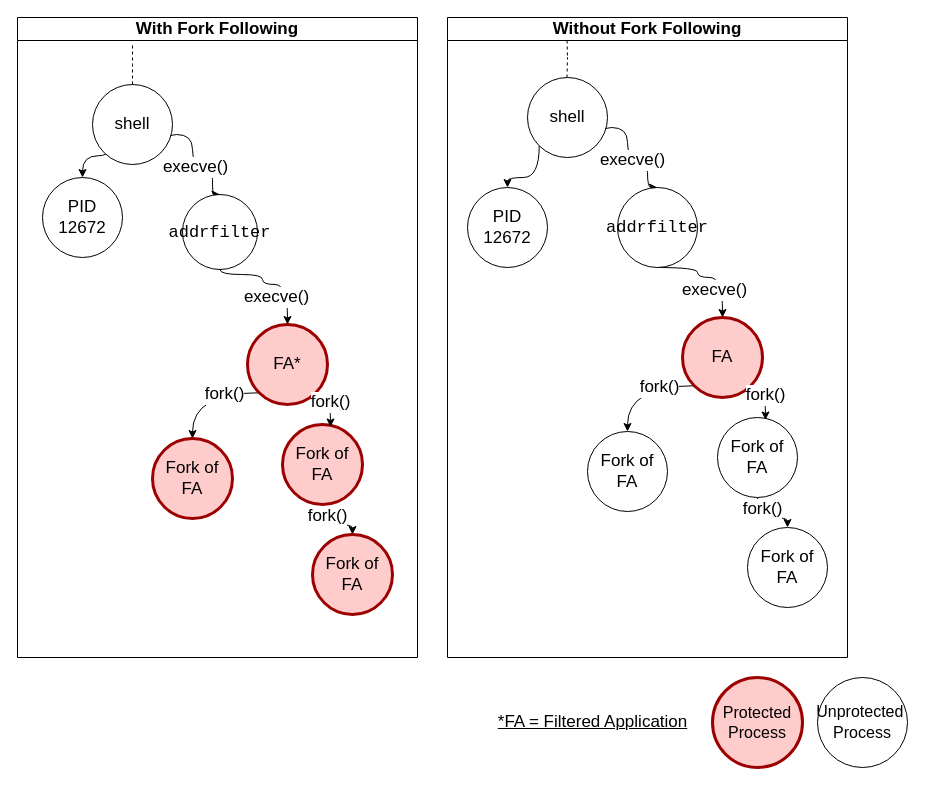
Above: diagrams/fork-following.drawio in tcassar-diss/report (draw.io), before the change. Source tidied: cells renumbered, new cells numbered last; positions are measured from the earlier drawing's top-left corner, leaving out a move shared by most shapes. Both pictures are drawn from the tidied source at 100%, with x=0, y=0 at pixel (17, 17).
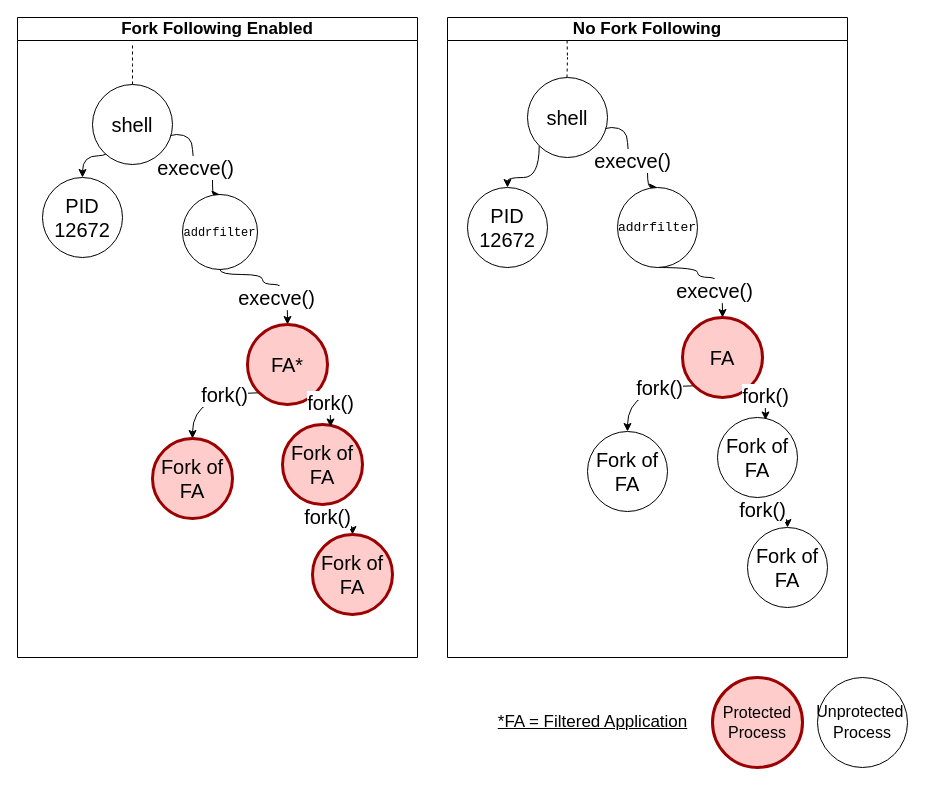
The same page after the edit.

Diff of the diagram source:
```diff
@@
-    <mxCell id="2" value="With Fork Following" style="swimlane;whiteSpace=wrap;html=1;fontSize=17;" parent="1" vertex="1">
+    <mxCell id="2" value="Fork Following Enabled" style="swimlane;whiteSpace=wrap;html=1;fontSize=17;" parent="1" vertex="1">
       <mxGeometry width="400" height="640" as="geometry" />
     </mxCell>
-    <mxCell id="3" style="edgeStyle=orthogonalEdgeStyle;rounded=0;jettySize=auto;html=1;exitX=1;exitY=1;exitDx=0;exitDy=0;entryX=0.5;entryY=0;entryDx=0;entryDy=0;curved=1;fontSize=17;" parent="1" edge="1" source="6" target="10">
+    <mxCell id="3" style="edgeStyle=orthogonalEdgeStyle;rounded=0;jettySize=auto;html=1;exitX=1;exitY=1;exitDx=0;exitDy=0;entryX=0.5;entryY=0;entryDx=0;entryDy=0;curved=1;fontSize=20;" parent="1" edge="1" source="6" target="10">
       <mxGeometry relative="1" as="geometry">
         <Array as="points">
           <mxPoint x="578" y="110" />
           <mxPoint x="610" y="110" />
           <mxPoint x="610" y="140" />
           <mxPoint x="630" y="140" />
         </Array>
       </mxGeometry>
     </mxCell>
-    <mxCell id="4" value="execve()" style="edgeLabel;html=1;align=center;verticalAlign=middle;fontSize=17;" parent="3" vertex="1">
+    <mxCell id="4" value="execve()" style="edgeLabel;html=1;align=center;verticalAlign=middle;fontSize=20;" parent="3" vertex="1">
       <mxGeometry x="0.2" y="-2" relative="1" as="geometry" />
     </mxCell>
-    <mxCell id="5" style="edgeStyle=orthogonalEdgeStyle;rounded=0;jettySize=auto;html=1;exitX=0;exitY=1;exitDx=0;exitDy=0;entryX=0.5;entryY=0;entryDx=0;entryDy=0;curved=1;fontSize=17;" parent="1" edge="1" source="6" target="7">
+    <mxCell id="5" style="edgeStyle=orthogonalEdgeStyle;rounded=0;jettySize=auto;html=1;exitX=0;exitY=1;exitDx=0;exitDy=0;entryX=0.5;entryY=0;entryDx=0;entryDy=0;curved=1;fontSize=20;" parent="1" edge="1" source="6" target="7">
       <mxGeometry relative="1" as="geometry" />
     </mxCell>
-    <mxCell id="6" value="shell" style="ellipse;whiteSpace=wrap;html=1;fontSize=17;" parent="1" vertex="1">
+    <mxCell id="6" value="shell" style="ellipse;whiteSpace=wrap;html=1;fontSize=20;" parent="1" vertex="1">
       <mxGeometry x="510" y="60" width="80" height="80" as="geometry" />
     </mxCell>
-    <mxCell id="7" value="PID&lt;div&gt;12672&lt;/div&gt;" style="ellipse;whiteSpace=wrap;html=1;fontSize=17;" parent="1" vertex="1">
+    <mxCell id="7" value="PID&lt;div&gt;12672&lt;/div&gt;" style="ellipse;whiteSpace=wrap;html=1;fontSize=20;" parent="1" vertex="1">
       <mxGeometry x="450" y="170" width="80" height="80" as="geometry" />
     </mxCell>
-    <mxCell id="8" style="edgeStyle=orthogonalEdgeStyle;rounded=0;jettySize=auto;html=1;exitX=0.5;exitY=1;exitDx=0;exitDy=0;entryX=0.5;entryY=0;entryDx=0;entryDy=0;curved=1;fontSize=17;" parent="1" edge="1" source="10" target="13">
+    <mxCell id="8" style="edgeStyle=orthogonalEdgeStyle;rounded=0;jettySize=auto;html=1;exitX=0.5;exitY=1;exitDx=0;exitDy=0;entryX=0.5;entryY=0;entryDx=0;entryDy=0;curved=1;fontSize=20;" parent="1" edge="1" source="10" target="13">
       <mxGeometry relative="1" as="geometry">
         <Array as="points">
           <mxPoint x="680" y="250" />
           <mxPoint x="680" y="260" />
           <mxPoint x="705" y="260" />
         </Array>
       </mxGeometry>
     </mxCell>
-    <mxCell id="9" value="execve()" style="edgeLabel;html=1;align=center;verticalAlign=middle;fontSize=17;" parent="8" vertex="1">
+    <mxCell id="9" value="execve()" style="edgeLabel;html=1;align=center;verticalAlign=middle;fontSize=20;" parent="8" vertex="1">
       <mxGeometry x="0.22" y="-6" relative="1" as="geometry">
         <mxPoint x="-4" y="6" as="offset" />
       </mxGeometry>
     </mxCell>
-    <mxCell id="10" value="&lt;font face=&quot;Courier New&quot;&gt;addrfilter&lt;/font&gt;" style="ellipse;whiteSpace=wrap;html=1;fontSize=17;" parent="1" vertex="1">
+    <mxCell id="10" value="&lt;font face=&quot;Courier New&quot;&gt;addrfilter&lt;/font&gt;" style="ellipse;whiteSpace=wrap;html=1;fontSize=13;" parent="1" vertex="1">
       <mxGeometry x="600" y="170" width="80" height="80" as="geometry" />
     </mxCell>
-    <mxCell id="11" style="edgeStyle=orthogonalEdgeStyle;rounded=0;jettySize=auto;html=1;exitX=0;exitY=1;exitDx=0;exitDy=0;entryX=0.5;entryY=0;entryDx=0;entryDy=0;curved=1;fontSize=17;" parent="1" edge="1" source="13" target="18">
+    <mxCell id="11" style="edgeStyle=orthogonalEdgeStyle;rounded=0;jettySize=auto;html=1;exitX=0;exitY=1;exitDx=0;exitDy=0;entryX=0.5;entryY=0;entryDx=0;entryDy=0;curved=1;fontSize=20;" parent="1" edge="1" source="13" target="18">
       <mxGeometry relative="1" as="geometry" />
     </mxCell>
-    <mxCell id="12" value="fork()" style="edgeLabel;html=1;align=center;verticalAlign=middle;fontSize=17;" parent="11" vertex="1">
+    <mxCell id="12" value="fork()" style="edgeLabel;html=1;align=center;verticalAlign=middle;fontSize=20;" parent="11" vertex="1">
       <mxGeometry x="-0.38" y="1" relative="1" as="geometry" />
     </mxCell>
-    <mxCell id="13" value="FA" style="ellipse;whiteSpace=wrap;html=1;strokeWidth=3;strokeColor=light-dark(#9c0000, #ededed);fillColor=#FFCCCC;fontSize=17;" parent="1" vertex="1">
+    <mxCell id="13" value="FA" style="ellipse;whiteSpace=wrap;html=1;strokeWidth=3;strokeColor=light-dark(#9c0000, #ededed);fillColor=#FFCCCC;fontSize=20;" parent="1" vertex="1">
       <mxGeometry x="665" y="300" width="80" height="80" as="geometry" />
     </mxCell>
-    <mxCell id="14" style="edgeStyle=orthogonalEdgeStyle;rounded=0;jettySize=auto;html=1;exitX=0.5;exitY=1;exitDx=0;exitDy=0;curved=1;fontSize=17;" parent="1" edge="1" source="16" target="19">
+    <mxCell id="14" style="edgeStyle=orthogonalEdgeStyle;rounded=0;jettySize=auto;html=1;exitX=0.5;exitY=1;exitDx=0;exitDy=0;curved=1;fontSize=20;" parent="1" edge="1" source="16" target="19">
       <mxGeometry relative="1" as="geometry" />
     </mxCell>
-    <mxCell id="15" value="fork()" style="edgeLabel;html=1;align=center;verticalAlign=middle;fontSize=17;" parent="14" vertex="1">
+    <mxCell id="15" value="fork()" style="edgeLabel;html=1;align=center;verticalAlign=middle;fontSize=20;" parent="14" vertex="1">
       <mxGeometry x="-0.65" y="4" relative="1" as="geometry" />
     </mxCell>
-    <mxCell id="16" value="Fork of FA" style="ellipse;whiteSpace=wrap;html=1;strokeWidth=1;strokeColor=light-dark(#000000,#EDEDED);fontSize=17;" parent="1" vertex="1">
+    <mxCell id="16" value="Fork of FA" style="ellipse;whiteSpace=wrap;html=1;strokeWidth=1;strokeColor=light-dark(#000000,#EDEDED);fontSize=20;" parent="1" vertex="1">
       <mxGeometry x="700" y="400" width="80" height="80" as="geometry" />
     </mxCell>
-    <mxCell id="17" value="fork()" style="edgeStyle=orthogonalEdgeStyle;rounded=0;jettySize=auto;html=1;exitX=1;exitY=1;exitDx=0;exitDy=0;entryX=0.6;entryY=0.031;entryDx=0;entryDy=0;entryPerimeter=0;curved=1;fontSize=17;" parent="1" edge="1" source="13" target="16">
+    <mxCell id="17" value="fork()" style="edgeStyle=orthogonalEdgeStyle;rounded=0;jettySize=auto;html=1;exitX=1;exitY=1;exitDx=0;exitDy=0;entryX=0.6;entryY=0.031;entryDx=0;entryDy=0;entryPerimeter=0;curved=1;fontSize=20;" parent="1" edge="1" source="13" target="16">
       <mxGeometry relative="1" as="geometry" />
     </mxCell>
-    <mxCell id="18" value="Fork of FA" style="ellipse;whiteSpace=wrap;html=1;strokeWidth=1;strokeColor=light-dark(#000000,#EDEDED);fontSize=17;" parent="1" vertex="1">
+    <mxCell id="18" value="Fork of FA" style="ellipse;whiteSpace=wrap;html=1;strokeWidth=1;strokeColor=light-dark(#000000,#EDEDED);fontSize=20;" parent="1" vertex="1">
       <mxGeometry x="570" y="414" width="80" height="80" as="geometry" />
     </mxCell>
-    <mxCell id="19" value="Fork of FA" style="ellipse;whiteSpace=wrap;html=1;strokeWidth=1;strokeColor=light-dark(#000000,#EDEDED);fontSize=17;" parent="1" vertex="1">
+    <mxCell id="19" value="Fork of FA" style="ellipse;whiteSpace=wrap;html=1;strokeWidth=1;strokeColor=light-dark(#000000,#EDEDED);fontSize=20;" parent="1" vertex="1">
       <mxGeometry x="730" y="510" width="80" height="80" as="geometry" />
     </mxCell>
-    <mxCell id="20" style="edgeStyle=orthogonalEdgeStyle;rounded=0;orthogonalLoop=1;jettySize=auto;html=1;exitX=0.5;exitY=0;exitDx=0;exitDy=0;endArrow=none;startFill=0;dashed=1;fontSize=17;" parent="1" edge="1">
+    <mxCell id="20" style="edgeStyle=orthogonalEdgeStyle;rounded=0;orthogonalLoop=1;jettySize=auto;html=1;exitX=0.5;exitY=0;exitDx=0;exitDy=0;endArrow=none;startFill=0;dashed=1;fontSize=20;" parent="1" edge="1">
       <mxGeometry relative="1" as="geometry">
         <mxPoint x="549.5" y="60" as="sourcePoint" />
         <mxPoint x="549.5" y="20" as="targetPoint" />
       </mxGeometry>
     </mxCell>
-    <mxCell id="21" value="PID&lt;div&gt;12672&lt;/div&gt;" style="ellipse;whiteSpace=wrap;html=1;fontSize=17;" parent="1" vertex="1">
+    <mxCell id="21" value="PID&lt;div&gt;12672&lt;/div&gt;" style="ellipse;whiteSpace=wrap;html=1;fontSize=20;" parent="1" vertex="1">
       <mxGeometry x="25" y="160" width="80" height="80" as="geometry" />
     </mxCell>
-    <mxCell id="22" style="edgeStyle=orthogonalEdgeStyle;rounded=0;jettySize=auto;html=1;exitX=1;exitY=1;exitDx=0;exitDy=0;entryX=0.5;entryY=0;entryDx=0;entryDy=0;curved=1;fontSize=17;" parent="1" edge="1" source="26" target="29">
+    <mxCell id="22" style="edgeStyle=orthogonalEdgeStyle;rounded=0;jettySize=auto;html=1;exitX=1;exitY=1;exitDx=0;exitDy=0;entryX=0.5;entryY=0;entryDx=0;entryDy=0;curved=1;fontSize=20;" parent="1" edge="1" source="26" target="29">
       <mxGeometry relative="1" as="geometry">
         <Array as="points">
           <mxPoint x="143" y="117" />
           <mxPoint x="175" y="117" />
           <mxPoint x="175" y="147" />
           <mxPoint x="195" y="147" />
         </Array>
       </mxGeometry>
     </mxCell>
-    <mxCell id="23" value="execve()" style="edgeLabel;html=1;align=center;verticalAlign=middle;fontSize=17;" parent="22" vertex="1">
+    <mxCell id="23" value="execve()" style="edgeLabel;html=1;align=center;verticalAlign=middle;fontSize=20;" parent="22" vertex="1">
       <mxGeometry x="0.2" y="-2" relative="1" as="geometry" />
     </mxCell>
-    <mxCell id="24" style="edgeStyle=orthogonalEdgeStyle;rounded=0;jettySize=auto;html=1;exitX=0;exitY=1;exitDx=0;exitDy=0;curved=1;entryX=0.5;entryY=0;entryDx=0;entryDy=0;fontSize=17;" parent="1" edge="1" target="21">
+    <mxCell id="24" style="edgeStyle=orthogonalEdgeStyle;rounded=0;jettySize=auto;html=1;exitX=0;exitY=1;exitDx=0;exitDy=0;curved=1;entryX=0.5;entryY=0;entryDx=0;entryDy=0;fontSize=20;" parent="1" edge="1" target="21">
       <mxGeometry relative="1" as="geometry">
         <mxPoint x="96.7" y="115.3" as="sourcePoint" />
       </mxGeometry>
     </mxCell>
-    <mxCell id="25" style="edgeStyle=orthogonalEdgeStyle;rounded=0;jettySize=auto;html=1;exitX=0.5;exitY=0;exitDx=0;exitDy=0;endArrow=none;startFill=0;dashed=1;fontSize=17;" parent="1" edge="1" source="26">
+    <mxCell id="25" style="edgeStyle=orthogonalEdgeStyle;rounded=0;jettySize=auto;html=1;exitX=0.5;exitY=0;exitDx=0;exitDy=0;endArrow=none;startFill=0;dashed=1;fontSize=20;" parent="1" edge="1" source="26">
       <mxGeometry relative="1" as="geometry">
         <mxPoint x="115" y="27" as="targetPoint" />
       </mxGeometry>
     </mxCell>
-    <mxCell id="26" value="shell" style="ellipse;whiteSpace=wrap;html=1;fontSize=17;" parent="1" vertex="1">
+    <mxCell id="26" value="shell" style="ellipse;whiteSpace=wrap;html=1;fontSize=20;" parent="1" vertex="1">
       <mxGeometry x="75" y="67" width="80" height="80" as="geometry" />
     </mxCell>
-    <mxCell id="27" style="edgeStyle=orthogonalEdgeStyle;rounded=0;jettySize=auto;html=1;exitX=0.5;exitY=1;exitDx=0;exitDy=0;entryX=0.5;entryY=0;entryDx=0;entryDy=0;curved=1;fontSize=17;" parent="1" edge="1" source="29" target="32">
+    <mxCell id="27" style="edgeStyle=orthogonalEdgeStyle;rounded=0;jettySize=auto;html=1;exitX=0.5;exitY=1;exitDx=0;exitDy=0;entryX=0.5;entryY=0;entryDx=0;entryDy=0;curved=1;fontSize=20;" parent="1" edge="1" source="29" target="32">
       <mxGeometry relative="1" as="geometry">
         <Array as="points">
           <mxPoint x="245" y="257" />
           <mxPoint x="245" y="267" />
           <mxPoint x="270" y="267" />
         </Array>
       </mxGeometry>
     </mxCell>
-    <mxCell id="28" value="execve()" style="edgeLabel;html=1;align=center;verticalAlign=middle;fontSize=17;" parent="27" vertex="1">
+    <mxCell id="28" value="execve()" style="edgeLabel;html=1;align=center;verticalAlign=middle;fontSize=20;" parent="27" vertex="1">
       <mxGeometry x="0.22" y="-6" relative="1" as="geometry">
         <mxPoint x="-4" y="6" as="offset" />
       </mxGeometry>
     </mxCell>
-    <mxCell id="29" value="&lt;font face=&quot;Courier New&quot;&gt;addrfilter&lt;/font&gt;" style="ellipse;whiteSpace=wrap;html=1;fontSize=17;" parent="1" vertex="1">
+    <mxCell id="29" value="&lt;font face=&quot;Courier New&quot;&gt;addrfilter&lt;/font&gt;" style="ellipse;whiteSpace=wrap;html=1;fontSize=12;" parent="1" vertex="1">
       <mxGeometry x="165" y="177" width="75" height="75" as="geometry" />
     </mxCell>
-    <mxCell id="30" style="edgeStyle=orthogonalEdgeStyle;rounded=0;jettySize=auto;html=1;exitX=0;exitY=1;exitDx=0;exitDy=0;entryX=0.5;entryY=0;entryDx=0;entryDy=0;curved=1;fontSize=17;" parent="1" edge="1" source="32" target="37">
+    <mxCell id="30" style="edgeStyle=orthogonalEdgeStyle;rounded=0;jettySize=auto;html=1;exitX=0;exitY=1;exitDx=0;exitDy=0;entryX=0.5;entryY=0;entryDx=0;entryDy=0;curved=1;fontSize=20;" parent="1" edge="1" source="32" target="37">
       <mxGeometry relative="1" as="geometry" />
     </mxCell>
-    <mxCell id="31" value="fork()" style="edgeLabel;html=1;align=center;verticalAlign=middle;fontSize=17;" parent="30" vertex="1">
+    <mxCell id="31" value="fork()" style="edgeLabel;html=1;align=center;verticalAlign=middle;fontSize=20;" parent="30" vertex="1">
       <mxGeometry x="-0.38" y="1" relative="1" as="geometry" />
     </mxCell>
-    <mxCell id="32" value="FA*" style="ellipse;whiteSpace=wrap;html=1;strokeWidth=3;strokeColor=light-dark(#9c0000, #ededed);fillColor=#FFCCCC;fontSize=17;" parent="1" vertex="1">
+    <mxCell id="32" value="FA*" style="ellipse;whiteSpace=wrap;html=1;strokeWidth=3;strokeColor=light-dark(#9c0000, #ededed);fillColor=#FFCCCC;fontSize=20;" parent="1" vertex="1">
       <mxGeometry x="230" y="307" width="80" height="80" as="geometry" />
     </mxCell>
-    <mxCell id="33" style="edgeStyle=orthogonalEdgeStyle;rounded=0;jettySize=auto;html=1;exitX=0.5;exitY=1;exitDx=0;exitDy=0;curved=1;fontSize=17;" parent="1" edge="1" source="35" target="38">
+    <mxCell id="33" style="edgeStyle=orthogonalEdgeStyle;rounded=0;jettySize=auto;html=1;exitX=0.5;exitY=1;exitDx=0;exitDy=0;curved=1;fontSize=20;" parent="1" edge="1" source="35" target="38">
       <mxGeometry relative="1" as="geometry" />
     </mxCell>
-    <mxCell id="34" value="fork()" style="edgeLabel;html=1;align=center;verticalAlign=middle;fontSize=17;" parent="33" vertex="1">
+    <mxCell id="34" value="fork()" style="edgeLabel;html=1;align=center;verticalAlign=middle;fontSize=20;" parent="33" vertex="1">
       <mxGeometry x="-0.65" y="4" relative="1" as="geometry" />
     </mxCell>
-    <mxCell id="35" value="Fork of&lt;div&gt;FA&lt;/div&gt;" style="ellipse;whiteSpace=wrap;html=1;strokeWidth=3;strokeColor=light-dark(#9c0000, #ededed);fillColor=#FFCCCC;fontSize=17;" parent="1" vertex="1">
+    <mxCell id="35" value="Fork of&lt;div&gt;FA&lt;/div&gt;" style="ellipse;whiteSpace=wrap;html=1;strokeWidth=3;strokeColor=light-dark(#9c0000, #ededed);fillColor=#FFCCCC;fontSize=20;" parent="1" vertex="1">
       <mxGeometry x="265" y="407" width="80" height="80" as="geometry" />
     </mxCell>
-    <mxCell id="36" value="fork()" style="edgeStyle=orthogonalEdgeStyle;rounded=0;jettySize=auto;html=1;exitX=1;exitY=1;exitDx=0;exitDy=0;entryX=0.6;entryY=0.031;entryDx=0;entryDy=0;entryPerimeter=0;curved=1;fontSize=17;" parent="1" edge="1" source="32" target="35">
+    <mxCell id="36" value="fork()" style="edgeStyle=orthogonalEdgeStyle;rounded=0;jettySize=auto;html=1;exitX=1;exitY=1;exitDx=0;exitDy=0;entryX=0.6;entryY=0.031;entryDx=0;entryDy=0;entryPerimeter=0;curved=1;fontSize=20;" parent="1" edge="1" source="32" target="35">
       <mxGeometry relative="1" as="geometry" />
     </mxCell>
-    <mxCell id="37" value="Fork of&lt;div&gt;FA&lt;/div&gt;" style="ellipse;whiteSpace=wrap;html=1;strokeWidth=3;strokeColor=light-dark(#9c0000, #ededed);fillColor=#FFCCCC;fontSize=17;" parent="1" vertex="1">
+    <mxCell id="37" value="Fork of&lt;div&gt;FA&lt;/div&gt;" style="ellipse;whiteSpace=wrap;html=1;strokeWidth=3;strokeColor=light-dark(#9c0000, #ededed);fillColor=#FFCCCC;fontSize=20;" parent="1" vertex="1">
       <mxGeometry x="135" y="421" width="80" height="80" as="geometry" />
     </mxCell>
-    <mxCell id="38" value="Fork of FA" style="ellipse;whiteSpace=wrap;html=1;strokeWidth=3;strokeColor=light-dark(#9c0000, #ededed);fillColor=#FFCCCC;fontSize=17;" parent="1" vertex="1">
+    <mxCell id="38" value="Fork of FA" style="ellipse;whiteSpace=wrap;html=1;strokeWidth=3;strokeColor=light-dark(#9c0000, #ededed);fillColor=#FFCCCC;fontSize=20;" parent="1" vertex="1">
       <mxGeometry x="295" y="517" width="80" height="80" as="geometry" />
     </mxCell>
-    <mxCell id="39" value="Without Fork Following" style="swimlane;whiteSpace=wrap;html=1;fontSize=17;" parent="1" vertex="1">
+    <mxCell id="39" value="No Fork Following" style="swimlane;whiteSpace=wrap;html=1;fontSize=17;" parent="1" vertex="1">
       <mxGeometry x="430" width="400" height="640" as="geometry" />
     </mxCell>
```
